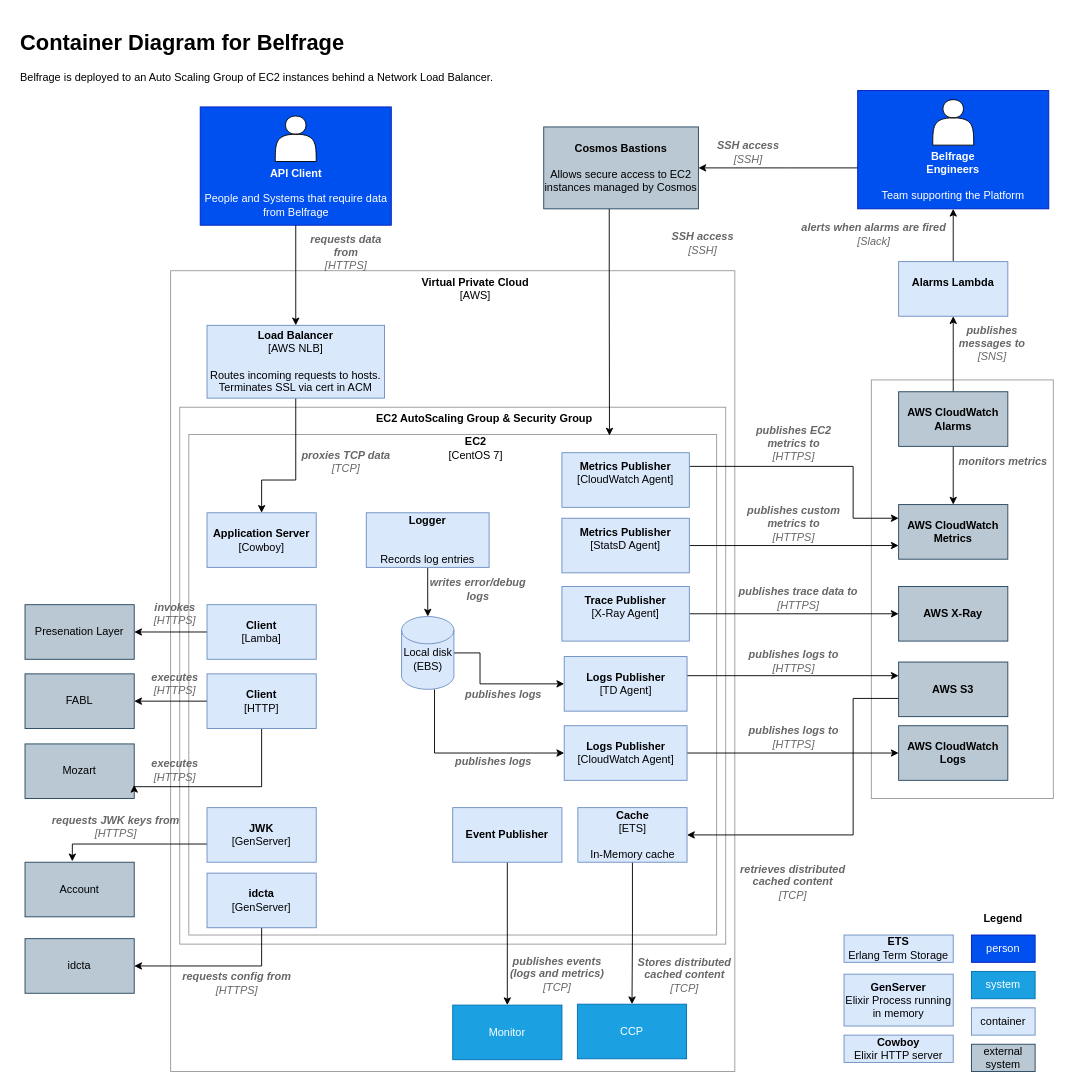
The draw.io diagram docs/source/architecture/c4-level-2.drawio in tracy-o/learning-day, before the edit. Source tidied: cells renumbered, new cells numbered last; positions are measured from the earlier drawing's top-left corner, leaving out a move shared by most shapes. Both pictures are drawn from the tidied source at 91%, with x=0, y=0 at pixel (15, 25).
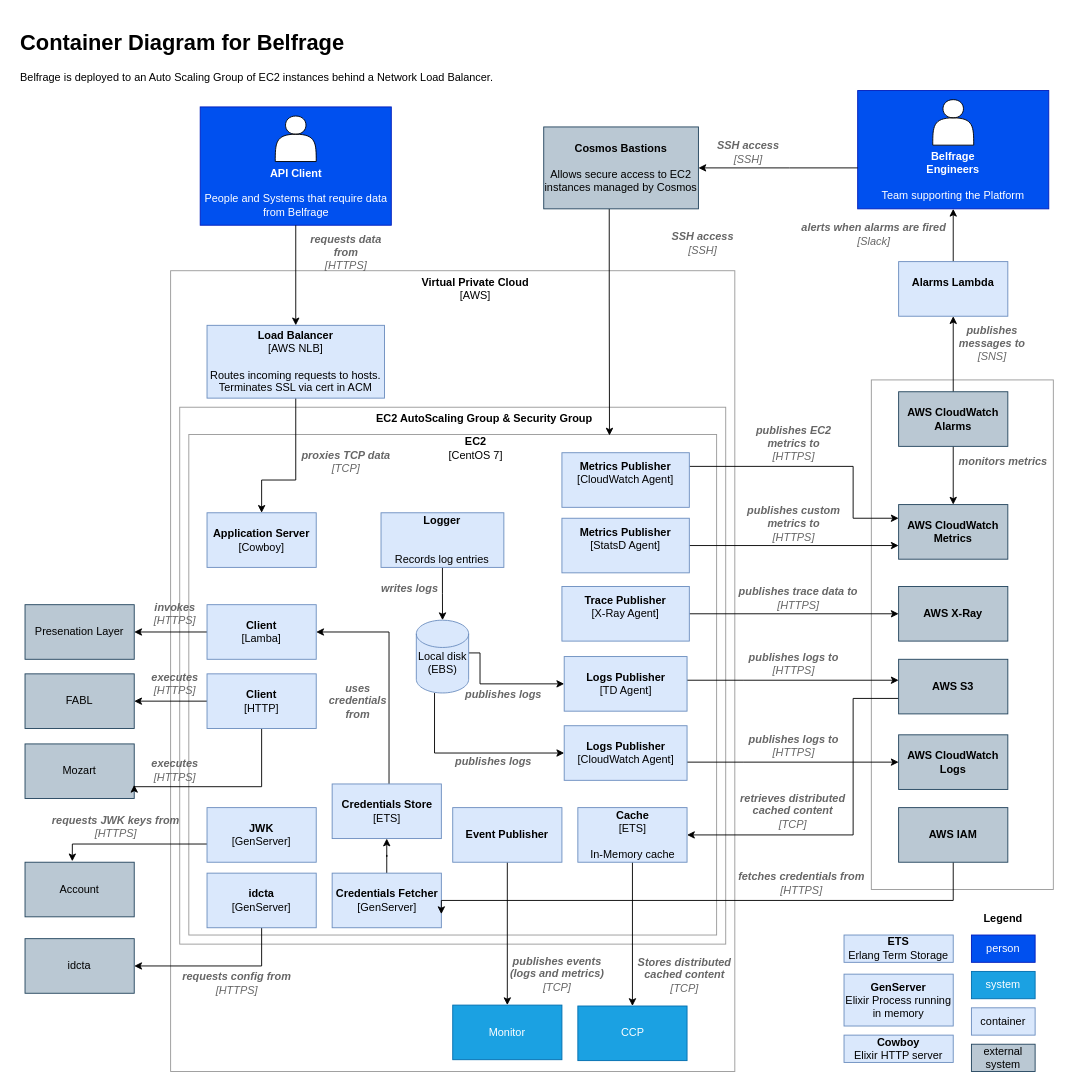
Above is the later version.

Commit message (it also covers changes not shown here):
Add the Credentials fetcher to level2

The change refers to these unchanged cells:
```xml
<mxCell id="29" value="&lt;b&gt;Logs Publisher&lt;/b&gt;&lt;br&gt;[CloudWatch Agent]&lt;br&gt;" style="rounded=0;whiteSpace=wrap;html=1;fillColor=#dae8fc;strokeColor=#6c8ebf;" parent="1" vertex="1">
  <mxGeometry x="602.5" y="770" width="135" height="60" as="geometry" />
</mxCell>
<mxCell id="33" value="&lt;b&gt;Logs Publisher&lt;/b&gt;&lt;br&gt;[TD Agent]" style="rounded=0;whiteSpace=wrap;html=1;fillColor=#dae8fc;strokeColor=#6c8ebf;" parent="1" vertex="1">
  <mxGeometry x="602.5" y="694" width="135" height="60" as="geometry" />
</mxCell>
<mxCell id="49" value="&lt;b&gt;Client&lt;/b&gt;&lt;br&gt;[Lamba]" style="rounded=0;whiteSpace=wrap;html=1;fillColor=#dae8fc;strokeColor=#6c8ebf;" parent="1" vertex="1">
  <mxGeometry x="210" y="637" width="120" height="60" as="geometry" />
</mxCell>
```

Change to the diagram source:
```diff
@@
     <mxCell id="9" value="&lt;b&gt;Logger&lt;/b&gt;&lt;br&gt;&lt;br&gt;&lt;br&gt;Records log entries" style="rounded=0;whiteSpace=wrap;html=1;fillColor=#dae8fc;strokeColor=#6c8ebf;" parent="1" vertex="1">
-      <mxGeometry x="385" y="536" width="135" height="60" as="geometry" />
+      <mxGeometry x="401.2" y="536" width="135" height="60" as="geometry" />
     </mxCell>
     <mxCell id="10" style="rounded=0;whiteSpace=wrap;html=1;fillColor=none;strokeColor=#999999;" parent="1" vertex="1">
-      <mxGeometry x="940" y="390" width="200" height="460" as="geometry" />
+      <mxGeometry x="940" y="390" width="200" height="560" as="geometry" />
     </mxCell>
@@
     <mxCell id="12" value="&lt;b&gt;AWS CloudWatch Logs&lt;/b&gt;" style="rounded=0;whiteSpace=wrap;html=1;fillColor=#bac8d3;strokeColor=#23445d;" parent="1" vertex="1">
-      <mxGeometry x="970" y="770" width="120" height="60" as="geometry" />
+      <mxGeometry x="970" y="780" width="120" height="60" as="geometry" />
     </mxCell>
@@
     <mxCell id="21" value="&lt;br&gt;Local disk&lt;br&gt;(EBS)" style="shape=cylinder2;whiteSpace=wrap;html=1;boundedLbl=1;backgroundOutline=1;size=15;fillColor=#dae8fc;strokeColor=#6c8ebf;" parent="1" vertex="1">
-      <mxGeometry x="423.8" y="650" width="57.5" height="80" as="geometry" />
+      <mxGeometry x="440" y="654" width="57.5" height="80" as="geometry" />
     </mxCell>
@@
     <mxCell id="28" style="edgeStyle=orthogonalEdgeStyle;rounded=0;jettySize=auto;html=1;" parent="1" edge="1" source="29" target="12">
-      <mxGeometry relative="1" as="geometry" />
+      <mxGeometry relative="1" as="geometry">
+        <Array as="points">
+          <mxPoint x="800" y="810" />
+          <mxPoint x="800" y="810" />
+        </Array>
+      </mxGeometry>
     </mxCell>
@@
     <mxCell id="31" value="&lt;b&gt;AWS S3&lt;/b&gt;" style="rounded=0;whiteSpace=wrap;html=1;fillColor=#bac8d3;strokeColor=#23445d;" parent="1" vertex="1">
-      <mxGeometry x="970" y="700" width="120" height="60" as="geometry" />
+      <mxGeometry x="970" y="697" width="120" height="60" as="geometry" />
     </mxCell>
-    <mxCell id="32" style="edgeStyle=orthogonalEdgeStyle;rounded=0;jettySize=auto;html=1;entryX=0;entryY=0.25;entryDx=0;entryDy=0;" parent="1" edge="1" source="33" target="31">
+    <mxCell id="32" style="edgeStyle=orthogonalEdgeStyle;rounded=0;jettySize=auto;html=1;" parent="1" edge="1" source="33" target="31">
       <mxGeometry relative="1" as="geometry">
         <Array as="points">
-          <mxPoint x="800" y="715" />
-          <mxPoint x="800" y="715" />
+          <mxPoint x="800" y="720" />
+          <mxPoint x="800" y="720" />
         </Array>
       </mxGeometry>
     </mxCell>
@@
     <mxCell id="44" value="&lt;i&gt;&lt;font color=&quot;#666666&quot;&gt;&lt;b&gt;retrieves distributed cached content&lt;/b&gt;&lt;br&gt;[TCP]&lt;/font&gt;&lt;/i&gt;" style="text;html=1;strokeColor=none;fillColor=none;align=center;verticalAlign=middle;whiteSpace=wrap;rounded=0;" parent="1" vertex="1">
-      <mxGeometry x="778" y="932" width="152" height="20" as="geometry" />
+      <mxGeometry x="778" y="854" width="152" height="20" as="geometry" />
     </mxCell>
@@
-    <mxCell id="56" value="&lt;i&gt;&lt;font color=&quot;#666666&quot;&gt;&lt;b&gt;writes error/debug logs&lt;/b&gt;&lt;/font&gt;&lt;/i&gt;" style="text;html=1;strokeColor=none;fillColor=none;align=center;verticalAlign=middle;whiteSpace=wrap;rounded=0;" parent="1" vertex="1">
-      <mxGeometry x="453" y="610" width="110" height="20" as="geometry" />
+    <mxCell id="56" value="&lt;i&gt;&lt;font color=&quot;#666666&quot;&gt;&lt;b&gt;writes logs&lt;/b&gt;&lt;/font&gt;&lt;/i&gt;" style="text;html=1;strokeColor=none;fillColor=none;align=center;verticalAlign=middle;whiteSpace=wrap;rounded=0;" parent="1" vertex="1">
+      <mxGeometry x="378" y="610" width="110" height="20" as="geometry" />
     </mxCell>
     <mxCell id="57" value="&lt;i&gt;&lt;font color=&quot;#666666&quot;&gt;&lt;b&gt;publishes logs to&lt;/b&gt;&lt;br&gt;[HTTPS]&lt;br&gt;&lt;/font&gt;&lt;/i&gt;" style="text;html=1;strokeColor=none;fillColor=none;align=center;verticalAlign=middle;whiteSpace=wrap;rounded=0;" parent="1" vertex="1">
-      <mxGeometry x="800" y="773" width="110" height="20" as="geometry" />
+      <mxGeometry x="800" y="782" width="110" height="20" as="geometry" />
     </mxCell>
     <mxCell id="58" value="&lt;i&gt;&lt;font color=&quot;#666666&quot;&gt;&lt;b&gt;publishes logs to&lt;/b&gt;&lt;br&gt;[HTTPS]&lt;br&gt;&lt;/font&gt;&lt;/i&gt;" style="text;html=1;strokeColor=none;fillColor=none;align=center;verticalAlign=middle;whiteSpace=wrap;rounded=0;" parent="1" vertex="1">
-      <mxGeometry x="800" y="689" width="110" height="20" as="geometry" />
+      <mxGeometry x="800" y="692" width="110" height="20" as="geometry" />
     </mxCell>
@@
     <mxCell id="83" value="CCP" style="rounded=0;whiteSpace=wrap;html=1;fillColor=#1ba1e2;strokeColor=#006EAF;fontColor=#ffffff;" parent="1" vertex="1">
-      <mxGeometry x="617" y="1076" width="120" height="60" as="geometry" />
+      <mxGeometry x="617.5" y="1078" width="120" height="60" as="geometry" />
     </mxCell>
@@
+    <mxCell id="99" style="edgeStyle=orthogonalEdgeStyle;rounded=0;jettySize=auto;html=1;entryX=0.5;entryY=1;entryDx=0;entryDy=0;" parent="1" edge="1" source="100" target="102">
+      <mxGeometry relative="1" as="geometry" />
+    </mxCell>
+    <mxCell id="100" value="&lt;b&gt;Credentials Fetcher&lt;/b&gt;&lt;br&gt;[GenServer]" style="rounded=0;whiteSpace=wrap;html=1;fillColor=#dae8fc;strokeColor=#6c8ebf;" parent="1" vertex="1">
+      <mxGeometry x="347.5" y="932" width="120" height="60" as="geometry" />
+    </mxCell>
+    <mxCell id="101" style="edgeStyle=orthogonalEdgeStyle;rounded=0;jettySize=auto;html=1;entryX=1;entryY=0.5;entryDx=0;entryDy=0;" parent="1" edge="1" source="102" target="49">
+      <mxGeometry relative="1" as="geometry">
+        <Array as="points">
+          <mxPoint x="410" y="667" />
+        </Array>
+      </mxGeometry>
+    </mxCell>
+    <mxCell id="102" value="&lt;b&gt;Credentials Store&lt;/b&gt;&lt;br&gt;[ETS]" style="rounded=0;whiteSpace=wrap;html=1;fillColor=#dae8fc;strokeColor=#6c8ebf;" parent="1" vertex="1">
+      <mxGeometry x="347.5" y="834" width="120" height="60" as="geometry" />
+    </mxCell>
+    <mxCell id="103" style="edgeStyle=orthogonalEdgeStyle;rounded=0;jettySize=auto;html=1;entryX=1;entryY=0.75;entryDx=0;entryDy=0;" parent="1" edge="1" source="104" target="100">
+      <mxGeometry relative="1" as="geometry">
+        <Array as="points">
+          <mxPoint x="1030" y="962" />
+        </Array>
+      </mxGeometry>
+    </mxCell>
+    <mxCell id="104" value="&lt;b&gt;AWS IAM&lt;/b&gt;" style="rounded=0;whiteSpace=wrap;html=1;fillColor=#bac8d3;strokeColor=#23445d;" parent="1" vertex="1">
+      <mxGeometry x="970" y="860" width="120" height="60" as="geometry" />
+    </mxCell>
+    <mxCell id="105" value="&lt;i&gt;&lt;font color=&quot;#666666&quot;&gt;&lt;b&gt;fetches credentials from&lt;br&gt;&lt;/b&gt;[HTTPS]&lt;/font&gt;&lt;/i&gt;" style="text;html=1;strokeColor=none;fillColor=none;align=center;verticalAlign=middle;whiteSpace=wrap;rounded=0;" parent="1" vertex="1">
+      <mxGeometry x="790" y="933" width="147" height="20" as="geometry" />
+    </mxCell>
+    <mxCell id="106" value="&lt;i&gt;&lt;font color=&quot;#666666&quot;&gt;&lt;b&gt;uses credentials from&lt;/b&gt;&lt;/font&gt;&lt;/i&gt;" style="text;html=1;strokeColor=none;fillColor=none;align=center;verticalAlign=middle;whiteSpace=wrap;rounded=0;" parent="1" vertex="1">
+      <mxGeometry x="336" y="728" width="80" height="30" as="geometry" />
+    </mxCell>
```
